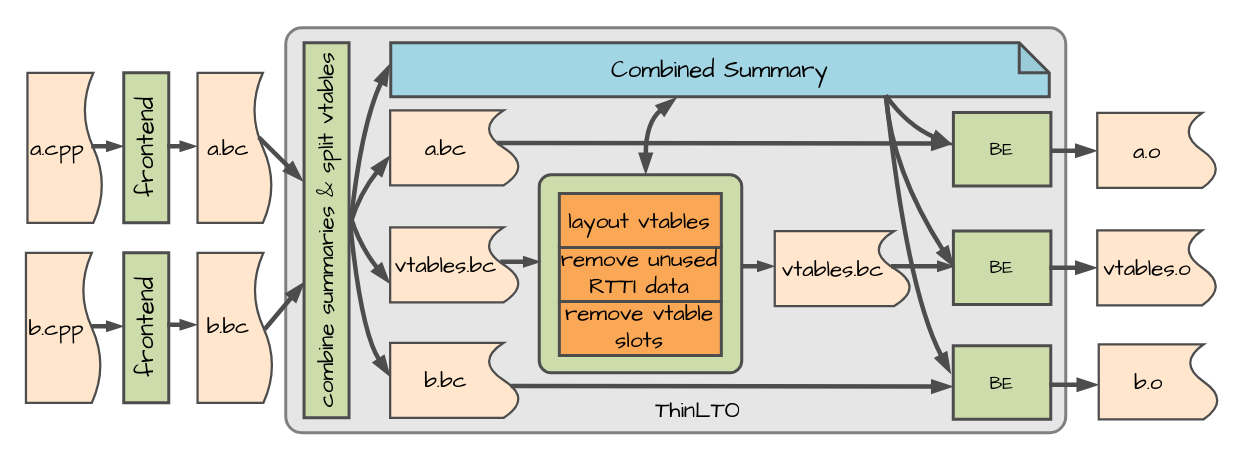
The draw.io diagram thinlto-1.drawio in luxufan/simple-website-template, before the edit. Source tidied: cells renumbered, new cells numbered last; positions are measured from the earlier drawing's top-left corner, leaving out a move shared by most shapes. Both pictures are drawn from the tidied source at 150%, with x=0, y=0 at pixel (26, 27).
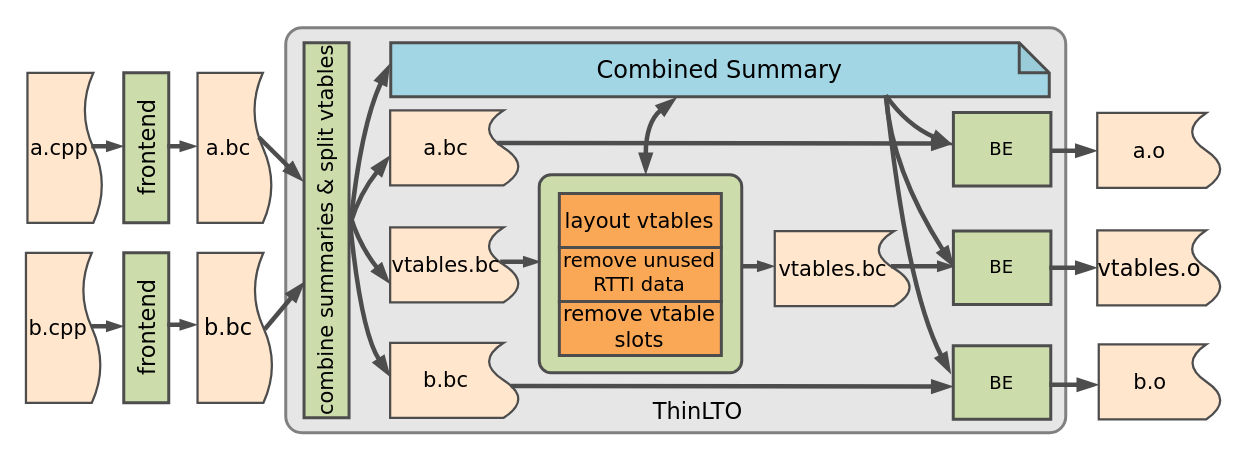
The same page after the edit.

The edit, as a diff of the source:
```diff
@@
-    <mxCell id="5" value="&lt;font face=&quot;Comic Sans MS&quot; style=&quot;font-size: 15px;&quot;&gt;ThinLTO&lt;/font&gt;" style="rounded=0;whiteSpace=wrap;html=1;fillColor=#E6E6E6;strokeColor=none;textDirection=rtl;flipH=1;flipV=1;direction=south;" parent="1" vertex="1">
+    <mxCell id="5" value="&lt;font face=&quot;Verdana&quot; style=&quot;font-size: 15px;&quot;&gt;ThinLTO&lt;/font&gt;" style="rounded=0;whiteSpace=wrap;html=1;fillColor=#E6E6E6;strokeColor=none;textDirection=rtl;flipH=1;flipV=1;direction=south;" parent="1" vertex="1">
       <mxGeometry x="417.5" y="245" width="60" height="20" as="geometry" />
     </mxCell>
-    <mxCell id="6" value="&lt;font face=&quot;Comic Sans MS&quot; style=&quot;font-size: 15px;&quot;&gt;b.cpp&lt;/font&gt;" style="shape=document;whiteSpace=wrap;html=1;boundedLbl=1;size=0.25;direction=north;fillColor=#FFE6CC;strokeWidth=1.5;strokeColor=#4D4D4D;align=left;" parent="1" vertex="1">
+    <mxCell id="6" value="&lt;font face=&quot;Verdana&quot; style=&quot;font-size: 14px;&quot;&gt;b.cpp&lt;/font&gt;" style="shape=document;whiteSpace=wrap;html=1;boundedLbl=1;size=0.25;direction=north;fillColor=#FFE6CC;strokeWidth=1.5;strokeColor=#4D4D4D;align=left;" parent="1" vertex="1">
       <mxGeometry x="-0.2" y="150" width="50.2" height="100" as="geometry" />
     </mxCell>
-    <mxCell id="7" value="&lt;font face=&quot;Comic Sans MS&quot; style=&quot;font-size: 16px;&quot;&gt;frontend&lt;/font&gt;" style="rounded=0;whiteSpace=wrap;html=1;fillColor=#CDDCAB;strokeWidth=2;strokeColor=#4D4D4D;direction=south;textDirection=ltr;horizontal=0;" parent="1" vertex="1">
+    <mxCell id="7" value="&lt;font face=&quot;Verdana&quot; style=&quot;font-size: 15px;&quot;&gt;frontend&lt;/font&gt;" style="rounded=0;whiteSpace=wrap;html=1;fillColor=#CDDCAB;strokeWidth=2;strokeColor=#4D4D4D;direction=south;textDirection=ltr;horizontal=0;" parent="1" vertex="1">
       <mxGeometry x="65" y="30" width="30" height="100" as="geometry" />
     </mxCell>
-    <mxCell id="8" value="&lt;font face=&quot;Comic Sans MS&quot; style=&quot;font-size: 16px;&quot;&gt;frontend&lt;/font&gt;" style="rounded=0;whiteSpace=wrap;html=1;fillColor=#CDDCAB;strokeWidth=2;strokeColor=#4D4D4D;direction=south;textDirection=ltr;horizontal=0;" parent="1" vertex="1">
+    <mxCell id="8" value="&lt;font face=&quot;Verdana&quot; style=&quot;font-size: 15px;&quot;&gt;frontend&lt;/font&gt;" style="rounded=0;whiteSpace=wrap;html=1;fillColor=#CDDCAB;strokeWidth=2;strokeColor=#4D4D4D;direction=south;textDirection=ltr;horizontal=0;" parent="1" vertex="1">
       <mxGeometry x="65" y="150" width="30" height="100" as="geometry" />
     </mxCell>
-    <mxCell id="9" value="&lt;font face=&quot;Comic Sans MS&quot; style=&quot;font-size: 15px;&quot;&gt;combine summaries &amp;amp; split vtables&lt;/font&gt;" style="rounded=0;whiteSpace=wrap;html=1;fillColor=#CDDCAB;strokeWidth=2;strokeColor=#4D4D4D;direction=south;textDirection=ltr;horizontal=0;" parent="1" vertex="1">
+    <mxCell id="9" value="&lt;font face=&quot;Verdana&quot; style=&quot;font-size: 14px;&quot;&gt;combine summaries &amp;amp; split vtables&lt;/font&gt;" style="rounded=0;whiteSpace=wrap;html=1;fillColor=#CDDCAB;strokeWidth=2;strokeColor=#4D4D4D;direction=south;textDirection=ltr;horizontal=0;" parent="1" vertex="1">
       <mxGeometry x="185.2" y="10" width="30" height="250" as="geometry" />
     </mxCell>
-    <mxCell id="10" value="&lt;font face=&quot;Comic Sans MS&quot; style=&quot;font-size: 15px;&quot;&gt;a.bc&lt;/font&gt;" style="shape=document;whiteSpace=wrap;html=1;boundedLbl=1;size=0.25;direction=north;fillColor=#FFE6CC;strokeWidth=1.5;strokeColor=#4D4D4D;align=center;" parent="1" vertex="1">
+    <mxCell id="10" value="&lt;font face=&quot;Verdana&quot; style=&quot;font-size: 14px;&quot;&gt;a.bc&lt;/font&gt;" style="shape=document;whiteSpace=wrap;html=1;boundedLbl=1;size=0.25;direction=north;fillColor=#FFE6CC;strokeWidth=1.5;strokeColor=#4D4D4D;align=center;" parent="1" vertex="1">
       <mxGeometry x="242.6" y="55" width="86.5" height="50" as="geometry" />
     </mxCell>
-    <mxCell id="11" value="&lt;font face=&quot;Comic Sans MS&quot; style=&quot;font-size: 15px;&quot;&gt;vtables.bc&lt;/font&gt;" style="shape=document;whiteSpace=wrap;html=1;boundedLbl=1;size=0.25;direction=north;fillColor=#FFE6CC;strokeWidth=1.5;strokeColor=#4D4D4D;align=center;" parent="1" vertex="1">
+    <mxCell id="11" value="&lt;font face=&quot;Verdana&quot; style=&quot;font-size: 14px;&quot;&gt;vtables.bc&lt;/font&gt;" style="shape=document;whiteSpace=wrap;html=1;boundedLbl=1;size=0.25;direction=north;fillColor=#FFE6CC;strokeWidth=1.5;strokeColor=#4D4D4D;align=center;" parent="1" vertex="1">
       <mxGeometry x="242.6" y="133" width="86.5" height="50" as="geometry" />
     </mxCell>
-    <mxCell id="12" value="&lt;font face=&quot;Comic Sans MS&quot; style=&quot;font-size: 15px;&quot;&gt;b.bc&lt;/font&gt;" style="shape=document;whiteSpace=wrap;html=1;boundedLbl=1;size=0.25;direction=north;fillColor=#FFE6CC;strokeWidth=1.5;strokeColor=#4D4D4D;align=center;" parent="1" vertex="1">
+    <mxCell id="12" value="&lt;font face=&quot;Verdana&quot; style=&quot;font-size: 14px;&quot;&gt;b.bc&lt;/font&gt;" style="shape=document;whiteSpace=wrap;html=1;boundedLbl=1;size=0.25;direction=north;fillColor=#FFE6CC;strokeWidth=1.5;strokeColor=#4D4D4D;align=center;" parent="1" vertex="1">
       <mxGeometry x="242.6" y="210" width="86.5" height="50" as="geometry" />
     </mxCell>
-    <mxCell id="13" value="&lt;font face=&quot;Comic Sans MS&quot; style=&quot;font-size: 16px;&quot;&gt;Combined Summary&lt;/font&gt;" style="shape=note;whiteSpace=wrap;html=1;backgroundOutline=1;darkOpacity=0.05;direction=south;flipV=1;size=20;textDirection=rtl;fillColor=#A2D6E4;strokeWidth=2;strokeColor=#4D4D4D;" parent="1" vertex="1">
+    <mxCell id="13" value="&lt;font face=&quot;Verdana&quot; style=&quot;font-size: 16px;&quot;&gt;Combined Summary&lt;/font&gt;" style="shape=note;whiteSpace=wrap;html=1;backgroundOutline=1;darkOpacity=0.05;direction=south;flipV=1;size=20;textDirection=rtl;fillColor=#A2D6E4;strokeWidth=2;strokeColor=#4D4D4D;" parent="1" vertex="1">
       <mxGeometry x="243" y="10" width="439" height="36" as="geometry" />
     </mxCell>
-    <mxCell id="14" value="&lt;font face=&quot;Comic Sans MS&quot; style=&quot;font-size: 15px;&quot;&gt;layout vtables&lt;/font&gt;" style="rounded=0;whiteSpace=wrap;html=1;strokeWidth=2;fillColor=#FAA756;strokeColor=#4D4D4D;" parent="1" vertex="1">
+    <mxCell id="14" value="&lt;font face=&quot;Verdana&quot; style=&quot;font-size: 14px;&quot;&gt;layout vtables&lt;/font&gt;" style="rounded=0;whiteSpace=wrap;html=1;strokeWidth=2;fillColor=#FAA756;strokeColor=#4D4D4D;" parent="1" vertex="1">
       <mxGeometry x="355.4" y="110.5" width="108" height="36" as="geometry" />
     </mxCell>
@@
-    <mxCell id="17" value="&lt;font face=&quot;Comic Sans MS&quot; style=&quot;font-size: 15px;&quot;&gt;vtables.bc&lt;/font&gt;" style="shape=document;whiteSpace=wrap;html=1;boundedLbl=1;size=0.25;direction=north;fillColor=#FFE6CC;strokeWidth=1.5;strokeColor=#4D4D4D;align=center;" parent="1" vertex="1">
+    <mxCell id="17" value="&lt;font face=&quot;Verdana&quot; style=&quot;font-size: 14px;&quot;&gt;vtables.bc&lt;/font&gt;" style="shape=document;whiteSpace=wrap;html=1;boundedLbl=1;size=0.25;direction=north;fillColor=#FFE6CC;strokeWidth=1.5;strokeColor=#4D4D4D;align=center;" parent="1" vertex="1">
       <mxGeometry x="499" y="135.5" width="91" height="50" as="geometry" />
     </mxCell>
-    <mxCell id="18" value="&lt;font face=&quot;Comic Sans MS&quot;&gt;BE&lt;/font&gt;" style="rounded=0;whiteSpace=wrap;html=1;strokeWidth=2;fillColor=#CDDCAB;strokeColor=#4D4D4D;direction=south;" parent="1" vertex="1">
+    <mxCell id="18" value="&lt;font face=&quot;Verdana&quot;&gt;BE&lt;/font&gt;" style="rounded=0;whiteSpace=wrap;html=1;strokeWidth=2;fillColor=#CDDCAB;strokeColor=#4D4D4D;direction=south;" parent="1" vertex="1">
       <mxGeometry x="618.1" y="56.5" width="65" height="49" as="geometry" />
     </mxCell>
-    <mxCell id="19" value="&lt;font face=&quot;Comic Sans MS&quot; style=&quot;font-size: 15px;&quot;&gt;a.cpp&lt;/font&gt;" style="shape=document;whiteSpace=wrap;html=1;boundedLbl=1;size=0.25;direction=north;fillColor=#FFE6CC;strokeWidth=1.5;strokeColor=#4D4D4D;align=left;" parent="1" vertex="1">
+    <mxCell id="19" value="&lt;font face=&quot;Verdana&quot; style=&quot;font-size: 14px;&quot;&gt;a.cpp&lt;/font&gt;" style="shape=document;whiteSpace=wrap;html=1;boundedLbl=1;size=0.25;direction=north;fillColor=#FFE6CC;strokeWidth=1.5;strokeColor=#4D4D4D;align=left;" parent="1" vertex="1">
       <mxGeometry x="0.8" y="30" width="50.2" height="100" as="geometry" />
     </mxCell>
@@
-    <mxCell id="22" value="&lt;font face=&quot;Comic Sans MS&quot;&gt;BE&lt;/font&gt;" style="rounded=0;whiteSpace=wrap;html=1;strokeWidth=2;fillColor=#CDDCAB;strokeColor=#4D4D4D;direction=south;" parent="1" vertex="1">
+    <mxCell id="22" value="&lt;font face=&quot;Verdana&quot;&gt;BE&lt;/font&gt;" style="rounded=0;whiteSpace=wrap;html=1;strokeWidth=2;fillColor=#CDDCAB;strokeColor=#4D4D4D;direction=south;" parent="1" vertex="1">
       <mxGeometry x="618.1" y="135.5" width="65" height="49" as="geometry" />
     </mxCell>
-    <mxCell id="23" value="&lt;font face=&quot;Comic Sans MS&quot;&gt;BE&lt;/font&gt;" style="rounded=0;whiteSpace=wrap;html=1;strokeWidth=2;fillColor=#CDDCAB;strokeColor=#4D4D4D;direction=south;" parent="1" vertex="1">
+    <mxCell id="23" value="&lt;font face=&quot;Verdana&quot;&gt;BE&lt;/font&gt;" style="rounded=0;whiteSpace=wrap;html=1;strokeWidth=2;fillColor=#CDDCAB;strokeColor=#4D4D4D;direction=south;" parent="1" vertex="1">
       <mxGeometry x="618" y="212" width="65" height="49" as="geometry" />
     </mxCell>
@@
-    <mxCell id="33" value="&lt;font face=&quot;Comic Sans MS&quot; style=&quot;font-size: 15px;&quot;&gt;vtables.o&lt;/font&gt;" style="shape=document;whiteSpace=wrap;html=1;boundedLbl=1;size=0.25;direction=north;fillColor=#FFE6CC;strokeWidth=1.5;strokeColor=#4D4D4D;align=center;" parent="1" vertex="1">
-      <mxGeometry x="714" y="135" width="80" height="50" as="geometry" />
+    <mxCell id="33" value="&lt;font face=&quot;Verdana&quot; style=&quot;font-size: 15px;&quot;&gt;vtables.o&lt;/font&gt;" style="shape=document;whiteSpace=wrap;html=1;boundedLbl=1;size=0.25;direction=north;fillColor=#FFE6CC;strokeWidth=1.5;strokeColor=#4D4D4D;align=center;" parent="1" vertex="1">
+      <mxGeometry x="714" y="135" width="83" height="50" as="geometry" />
     </mxCell>
@@
-    <mxCell id="40" value="&lt;font face=&quot;Comic Sans MS&quot; style=&quot;font-size: 15px;&quot;&gt;a.bc&lt;/font&gt;" style="rounded=0;whiteSpace=wrap;html=1;strokeColor=none;fillColor=none;" parent="1" vertex="1">
+    <mxCell id="40" value="&lt;font face=&quot;Verdana&quot; style=&quot;font-size: 14px;&quot;&gt;a.bc&lt;/font&gt;" style="rounded=0;whiteSpace=wrap;html=1;strokeColor=none;fillColor=none;" parent="1" vertex="1">
       <mxGeometry x="108" y="70" width="53.5" height="20" as="geometry" />
     </mxCell>
-    <mxCell id="41" value="&lt;font face=&quot;Comic Sans MS&quot; style=&quot;font-size: 15px;&quot;&gt;b.bc&lt;/font&gt;" style="rounded=0;whiteSpace=wrap;html=1;strokeColor=none;fillColor=none;" parent="1" vertex="1">
+    <mxCell id="41" value="&lt;font face=&quot;Verdana&quot; style=&quot;font-size: 15px;&quot;&gt;b.bc&lt;/font&gt;" style="rounded=0;whiteSpace=wrap;html=1;strokeColor=none;fillColor=none;" parent="1" vertex="1">
       <mxGeometry x="108" y="189" width="53.5" height="20" as="geometry" />
     </mxCell>
-    <mxCell id="42" value="&lt;font face=&quot;Comic Sans MS&quot; style=&quot;font-size: 15px;&quot;&gt;b.o&lt;/font&gt;" style="shape=document;whiteSpace=wrap;html=1;boundedLbl=1;size=0.25;direction=north;fillColor=#FFE6CC;strokeWidth=1.5;strokeColor=#4D4D4D;align=center;" parent="1" vertex="1">
-      <mxGeometry x="715" y="211" width="80" height="50" as="geometry" />
+    <mxCell id="42" value="&lt;font face=&quot;Verdana&quot; style=&quot;font-size: 14px;&quot;&gt;b.o&lt;/font&gt;" style="shape=document;whiteSpace=wrap;html=1;boundedLbl=1;size=0.25;direction=north;fillColor=#FFE6CC;strokeWidth=1.5;strokeColor=#4D4D4D;align=center;" parent="1" vertex="1">
+      <mxGeometry x="715" y="211" width="82" height="50" as="geometry" />
     </mxCell>
-    <mxCell id="43" value="&lt;font face=&quot;Comic Sans MS&quot; style=&quot;font-size: 15px;&quot;&gt;a.o&lt;/font&gt;" style="shape=document;whiteSpace=wrap;html=1;boundedLbl=1;size=0.25;direction=north;fillColor=#FFE6CC;strokeWidth=1.5;strokeColor=#4D4D4D;align=center;" parent="1" vertex="1">
-      <mxGeometry x="714" y="56.8" width="80" height="50" as="geometry" />
+    <mxCell id="43" value="&lt;font face=&quot;Verdana&quot; style=&quot;font-size: 14px;&quot;&gt;a.o&lt;/font&gt;" style="shape=document;whiteSpace=wrap;html=1;boundedLbl=1;size=0.25;direction=north;fillColor=#FFE6CC;strokeWidth=1.5;strokeColor=#4D4D4D;align=center;" parent="1" vertex="1">
+      <mxGeometry x="714" y="56.8" width="83" height="50" as="geometry" />
     </mxCell>
@@
-    <mxCell id="50" value="&lt;font face=&quot;Comic Sans MS&quot; style=&quot;font-size: 15px;&quot;&gt;remove unused RTTI data&lt;/font&gt;" style="rounded=0;whiteSpace=wrap;html=1;fillColor=none;strokeColor=none;" parent="1" vertex="1">
+    <mxCell id="50" value="&lt;font face=&quot;Verdana&quot; style=&quot;font-size: 13px;&quot;&gt;remove unused RTTI data&lt;/font&gt;" style="rounded=0;whiteSpace=wrap;html=1;fillColor=none;strokeColor=none;" parent="1" vertex="1">
       <mxGeometry x="353.5" y="148" width="109.5" height="30" as="geometry" />
     </mxCell>
-    <mxCell id="51" value="&lt;font face=&quot;Comic Sans MS&quot; style=&quot;font-size: 15px;&quot;&gt;remove vtable slots&lt;/font&gt;" style="rounded=0;whiteSpace=wrap;html=1;fillColor=none;strokeColor=none;" parent="1" vertex="1">
+    <mxCell id="51" value="&lt;font face=&quot;Verdana&quot; style=&quot;font-size: 14px;&quot;&gt;remove vtable slots&lt;/font&gt;" style="rounded=0;whiteSpace=wrap;html=1;fillColor=none;strokeColor=none;" parent="1" vertex="1">
       <mxGeometry x="353.5" y="184" width="109.5" height="30" as="geometry" />
     </mxCell>
```
